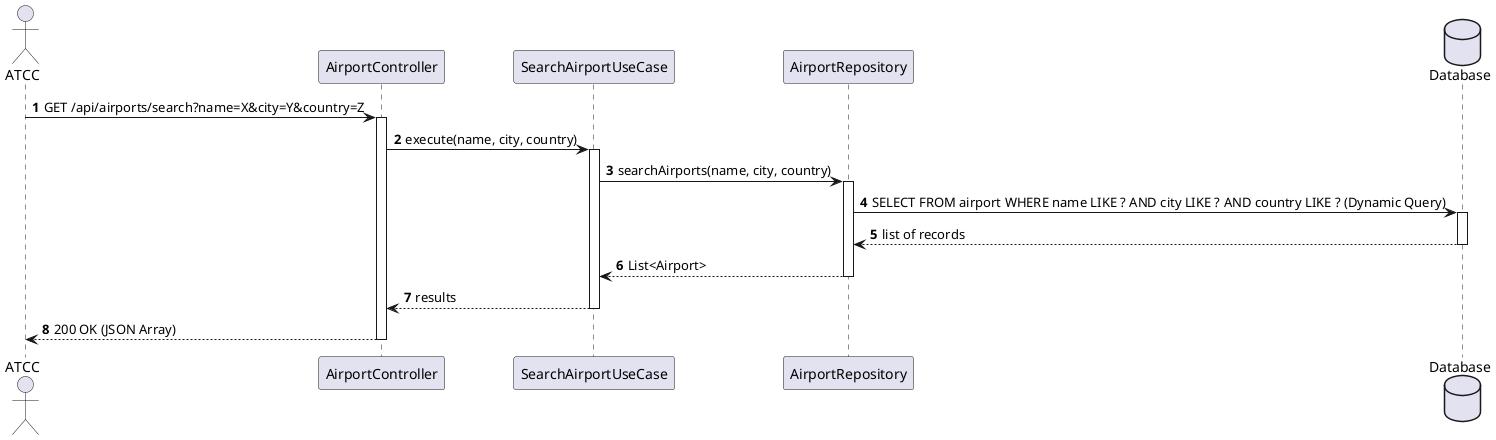
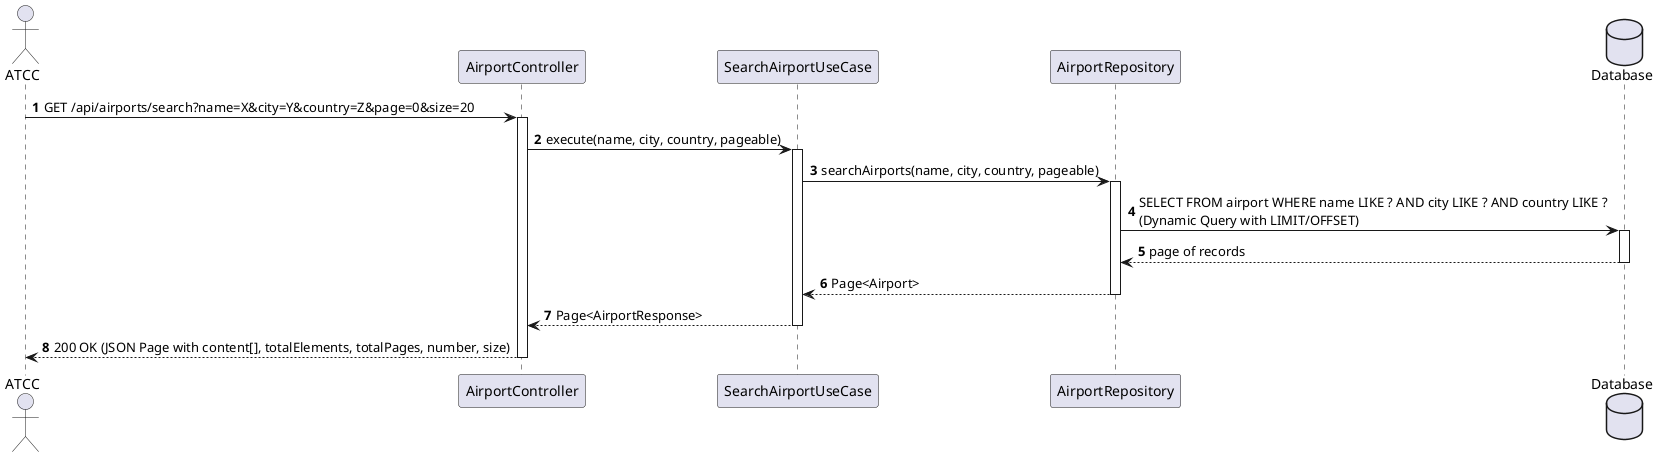
@startuml
autonumber
actor "ATCC" as ATCC
participant "AirportController" as Ctrl
participant "SearchAirportUseCase" as UC
participant "AirportRepository" as Repo
database "Database" as DB

- ATCC -> Ctrl : GET /api/airports/search?name=X&city=Y&country=Z
+ ATCC -> Ctrl : GET /api/airports/search?name=X&city=Y&country=Z&page=0&size=20
activate Ctrl

- Ctrl -> UC : execute(name, city, country)
+ Ctrl -> UC : execute(name, city, country, pageable)
activate UC

- UC -> Repo : searchAirports(name, city, country)
+ UC -> Repo : searchAirports(name, city, country, pageable)
activate Repo
- Repo -> DB : SELECT FROM airport WHERE name LIKE ? AND city LIKE ? AND country LIKE ? (Dynamic Query)
+ Repo -> DB : SELECT FROM airport WHERE name LIKE ? AND city LIKE ? AND country LIKE ?\n(Dynamic Query with LIMIT/OFFSET)
activate DB
- DB --> Repo : list of records
+ DB --> Repo : page of records
deactivate DB
- Repo --> UC : List<Airport>
+ Repo --> UC : Page<Airport>
deactivate Repo

- UC --> Ctrl : results
+ UC --> Ctrl : Page<AirportResponse>
deactivate UC

- Ctrl --> ATCC : 200 OK (JSON Array)
+ Ctrl --> ATCC : 200 OK (JSON Page with content[], totalElements, totalPages, number, size)
deactivate Ctrl
@enduml
